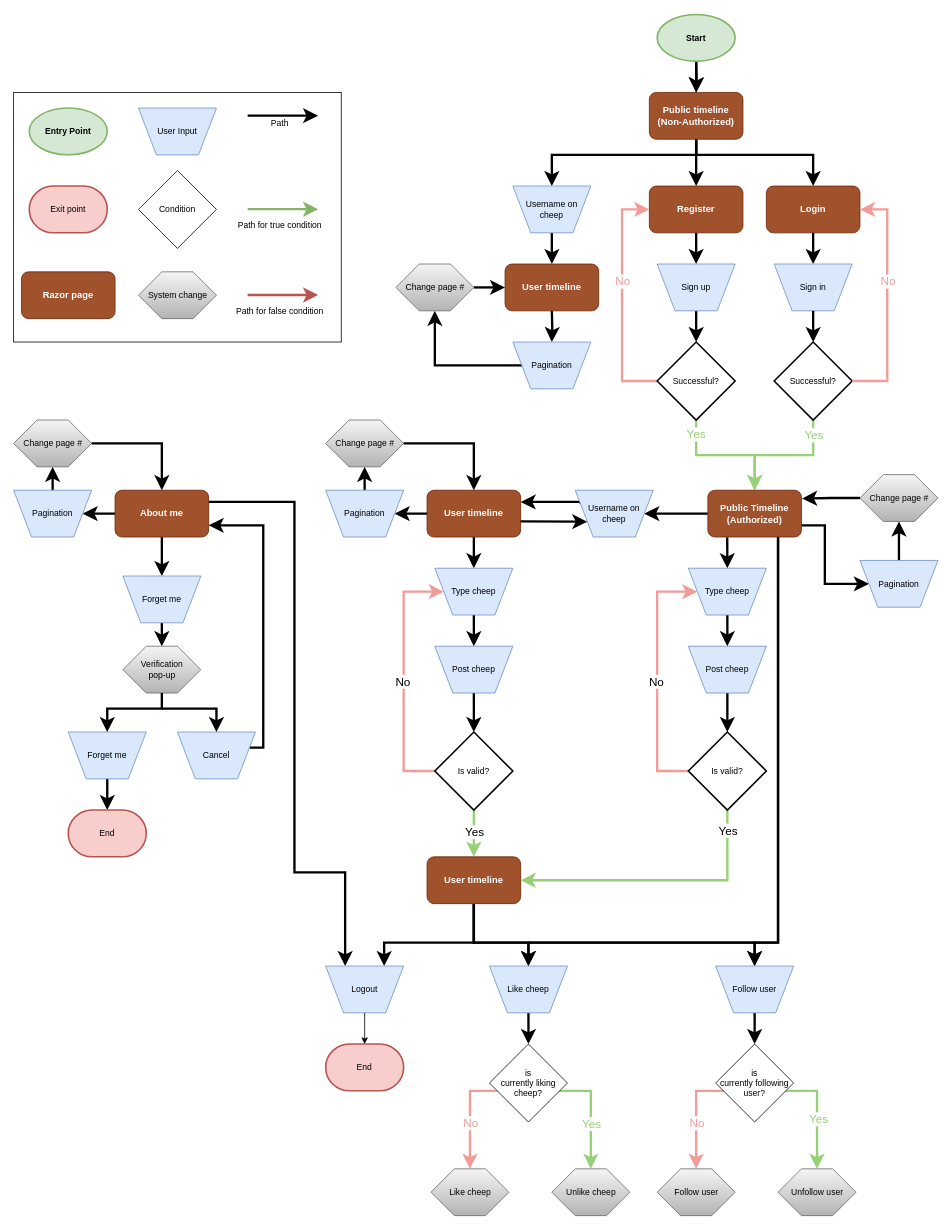
ITU-BDSA-GROUP-20/Chirp keeps this draw.io diagram as docs/diagrams/Full User Journey.drawio. Above is the earlier version. Source tidied: cells renumbered, new cells numbered last; positions are measured from the earlier drawing's top-left corner, leaving out a move shared by most shapes. Both pictures are drawn from the tidied source at 78%, with x=0, y=0 at pixel (13, 14).
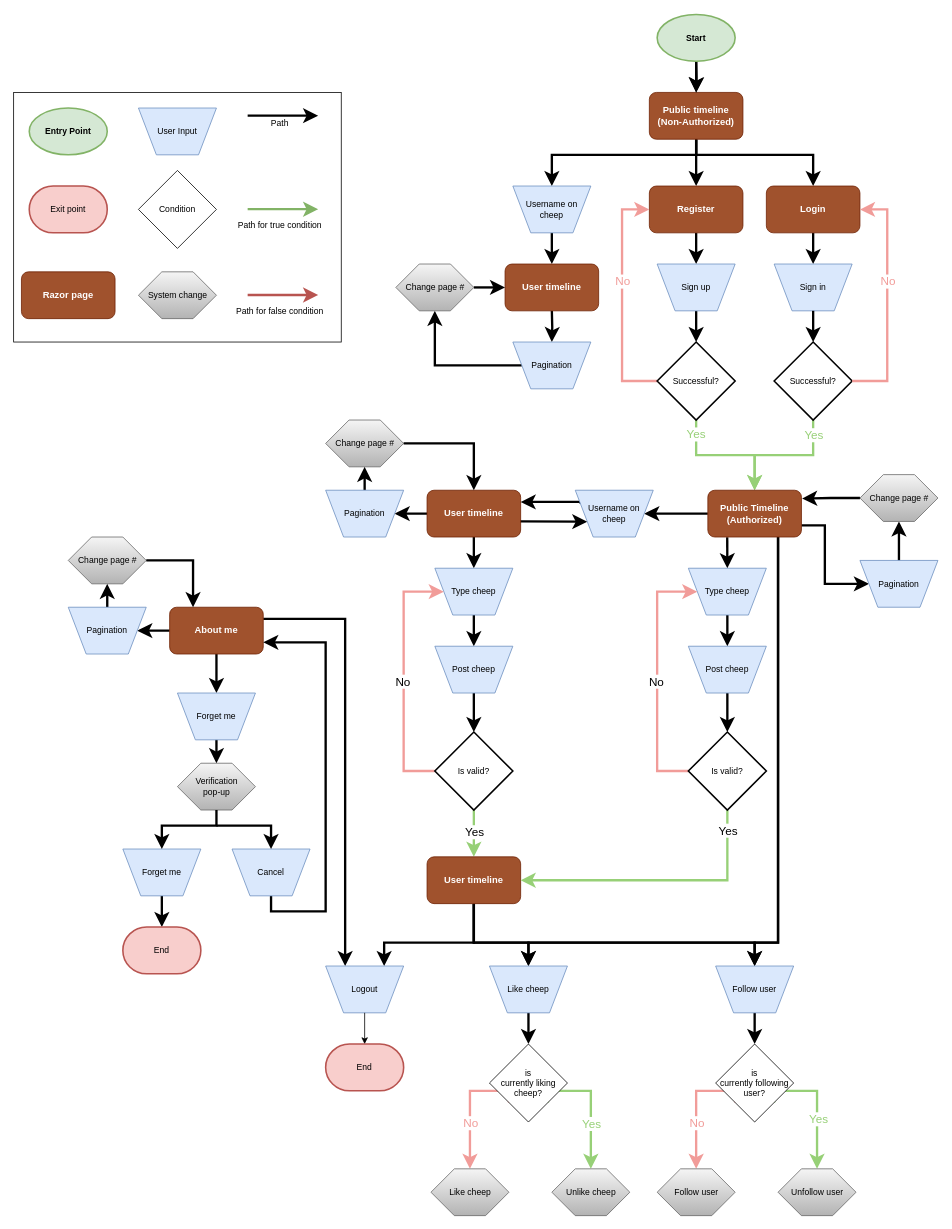
Above is the later version.

Unchanged cells that the change refers to:
```xml
<mxCell id="117" value="Change page #" style="text;html=1;align=center;verticalAlign=middle;points=[];strokeColor=none;fillColor=none;fontSize=11;fontFamily=Helvetica;fontColor=default;" parent="115" vertex="1">
  <mxGeometry y="15" width="100" height="30" as="geometry" />
</mxCell>
<mxCell id="122" style="verticalLabelPosition=bottom;verticalAlign=top;html=1;shape=hexagon;perimeter=hexagonPerimeter2;arcSize=6;size=0.3;fontFamily=Helvetica;fontSize=11;fillColor=#f5f5f5;gradientColor=#b3b3b3;strokeColor=#666666;" parent="121" vertex="1">
  <mxGeometry width="100" height="60" as="geometry" />
</mxCell>
<mxCell id="131" value="Logout" style="verticalLabelPosition=middle;verticalAlign=middle;html=1;shape=trapezoid;perimeter=trapezoidPerimeter;whiteSpace=wrap;size=0.23;arcSize=10;flipV=1;labelPosition=center;align=center;fontFamily=Helvetica;fontSize=11;fillColor=#dae8fc;strokeColor=#6c8ebf;" parent="1" vertex="1">
  <mxGeometry x="400" y="1220" width="100" height="60" as="geometry" />
</mxCell>
```

The edit, as a diff of the source:
```diff
@@
     <mxCell id="111" style="edgeStyle=orthogonalEdgeStyle;rounded=0;jettySize=auto;html=1;entryX=0.25;entryY=0;entryDx=0;entryDy=0;exitX=1;exitY=0.25;exitDx=0;exitDy=0;strokeWidth=3;endSize=10;" parent="1" edge="1" source="112" target="131">
       <mxGeometry relative="1" as="geometry">
         <Array as="points">
-          <mxPoint x="360" y="625" />
-          <mxPoint x="360" y="1100" />
-          <mxPoint x="425" y="1100" />
+          <mxPoint x="425" y="775" />
         </Array>
       </mxGeometry>
     </mxCell>
     <mxCell id="112" value="&lt;b&gt;&lt;font style=&quot;font-size: 12px;&quot;&gt;About me&lt;/font&gt;&lt;/b&gt;" style="rounded=1;whiteSpace=wrap;html=1;fontFamily=Helvetica;fontSize=11;fontColor=#ffffff;fillColor=#a0522d;strokeColor=#6D1F00;" parent="1" vertex="1">
-      <mxGeometry x="130" y="610" width="120" height="60" as="geometry" />
+      <mxGeometry x="200" y="760" width="120" height="60" as="geometry" />
     </mxCell>
@@
     <mxCell id="114" value="Pagination" style="verticalLabelPosition=middle;verticalAlign=middle;html=1;shape=trapezoid;perimeter=trapezoidPerimeter;whiteSpace=wrap;size=0.23;arcSize=10;flipV=1;labelPosition=center;align=center;fontFamily=Helvetica;fontSize=11;fillColor=#dae8fc;strokeColor=#6c8ebf;" parent="1" vertex="1">
-      <mxGeometry y="610" width="100" height="60" as="geometry" />
+      <mxGeometry x="70" y="760" width="100" height="60" as="geometry" />
     </mxCell>
     <mxCell id="115" style="group;" parent="1" vertex="1">
-      <mxGeometry y="520" width="100" height="60" as="geometry" />
+      <mxGeometry x="70" y="670" width="100" height="60" as="geometry" />
     </mxCell>
@@
-    <mxCell id="118" style="edgeStyle=orthogonalEdgeStyle;shape=connector;rounded=0;jettySize=auto;html=1;entryX=0.5;entryY=0;entryDx=0;entryDy=0;labelBackgroundColor=default;strokeColor=default;strokeWidth=3;align=center;verticalAlign=middle;fontFamily=Helvetica;fontSize=11;fontColor=default;endArrow=classic;endSize=10;" parent="1" edge="1" source="117" target="112">
-      <mxGeometry relative="1" as="geometry" />
+    <mxCell id="118" style="edgeStyle=orthogonalEdgeStyle;shape=connector;rounded=0;jettySize=auto;html=1;labelBackgroundColor=default;strokeColor=default;strokeWidth=3;align=center;verticalAlign=middle;fontFamily=Helvetica;fontSize=11;fontColor=default;endArrow=classic;endSize=10;entryX=0.25;entryY=0;entryDx=0;entryDy=0;" parent="1" edge="1" source="117" target="112">
+      <mxGeometry relative="1" as="geometry">
+        <Array as="points">
+          <mxPoint x="230" y="700" />
+        </Array>
+      </mxGeometry>
     </mxCell>
@@
     <mxCell id="120" value="Forget me" style="verticalLabelPosition=middle;verticalAlign=middle;html=1;shape=trapezoid;perimeter=trapezoidPerimeter;whiteSpace=wrap;size=0.23;arcSize=10;flipV=1;labelPosition=center;align=center;fontFamily=Helvetica;fontSize=11;fillColor=#dae8fc;strokeColor=#6c8ebf;" parent="1" vertex="1">
-      <mxGeometry x="140" y="720" width="100" height="60" as="geometry" />
+      <mxGeometry x="210" y="870" width="100" height="60" as="geometry" />
     </mxCell>
     <mxCell id="121" style="group;" parent="1" vertex="1">
-      <mxGeometry x="140" y="810" width="100" height="60" as="geometry" />
+      <mxGeometry x="210" y="960" width="100" height="60" as="geometry" />
     </mxCell>
@@
     <mxCell id="125" value="Forget me" style="verticalLabelPosition=middle;verticalAlign=middle;html=1;shape=trapezoid;perimeter=trapezoidPerimeter;whiteSpace=wrap;size=0.23;arcSize=10;flipV=1;labelPosition=center;align=center;fontFamily=Helvetica;fontSize=11;fillColor=#dae8fc;strokeColor=#6c8ebf;" parent="1" vertex="1">
-      <mxGeometry x="70" y="920" width="100" height="60" as="geometry" />
+      <mxGeometry x="140" y="1070" width="100" height="60" as="geometry" />
     </mxCell>
     <mxCell id="126" style="edgeStyle=orthogonalEdgeStyle;shape=connector;rounded=0;jettySize=auto;html=1;labelBackgroundColor=default;strokeColor=default;strokeWidth=3;align=center;verticalAlign=middle;fontFamily=Helvetica;fontSize=11;fontColor=default;endArrow=classic;endSize=10;entryX=1;entryY=0.75;entryDx=0;entryDy=0;" parent="1" edge="1" source="127" target="112">
       <mxGeometry relative="1" as="geometry">
         <Array as="points">
-          <mxPoint x="320" y="940" />
-          <mxPoint x="320" y="655" />
+          <mxPoint x="330" y="1150" />
+          <mxPoint x="400" y="1150" />
+          <mxPoint x="400" y="805" />
         </Array>
       </mxGeometry>
     </mxCell>
     <mxCell id="127" value="Cancel" style="verticalLabelPosition=middle;verticalAlign=middle;html=1;shape=trapezoid;perimeter=trapezoidPerimeter;whiteSpace=wrap;size=0.23;arcSize=10;flipV=1;labelPosition=center;align=center;fontFamily=Helvetica;fontSize=11;fillColor=#dae8fc;strokeColor=#6c8ebf;" parent="1" vertex="1">
-      <mxGeometry x="210" y="920" width="100" height="60" as="geometry" />
+      <mxGeometry x="280" y="1070" width="100" height="60" as="geometry" />
     </mxCell>
     <mxCell id="128" style="edgeStyle=orthogonalEdgeStyle;shape=connector;rounded=0;jettySize=auto;html=1;labelBackgroundColor=default;strokeColor=default;strokeWidth=3;align=center;verticalAlign=middle;fontFamily=Helvetica;fontSize=11;fontColor=default;endArrow=classic;endSize=10;" parent="1" edge="1" source="122" target="125">
       <mxGeometry relative="1" as="geometry">
         <Array as="points">
-          <mxPoint x="190" y="890" />
-          <mxPoint x="120" y="890" />
+          <mxPoint x="260" y="1040" />
+          <mxPoint x="190" y="1040" />
         </Array>
       </mxGeometry>
     </mxCell>
     <mxCell id="129" style="edgeStyle=orthogonalEdgeStyle;shape=connector;rounded=0;jettySize=auto;html=1;entryX=0.5;entryY=0;entryDx=0;entryDy=0;labelBackgroundColor=default;strokeColor=default;strokeWidth=3;align=center;verticalAlign=middle;fontFamily=Helvetica;fontSize=11;fontColor=default;endArrow=classic;endSize=10;" parent="1" edge="1" target="127">
       <mxGeometry relative="1" as="geometry">
-        <mxPoint x="190" y="890" as="sourcePoint" />
+        <mxPoint x="260" y="1040" as="sourcePoint" />
         <Array as="points">
-          <mxPoint x="190" y="890" />
-          <mxPoint x="260" y="890" />
+          <mxPoint x="260" y="1040" />
+          <mxPoint x="330" y="1040" />
         </Array>
       </mxGeometry>
     </mxCell>
     <mxCell id="130" value="End" style="strokeWidth=2;html=1;shape=mxgraph.flowchart.terminator;whiteSpace=wrap;fontFamily=Helvetica;fontSize=11;fillColor=#f8cecc;strokeColor=#b85450;" parent="1" vertex="1">
-      <mxGeometry x="70" y="1020" width="100" height="60" as="geometry" />
+      <mxGeometry x="140" y="1170" width="100" height="60" as="geometry" />
     </mxCell>
```
